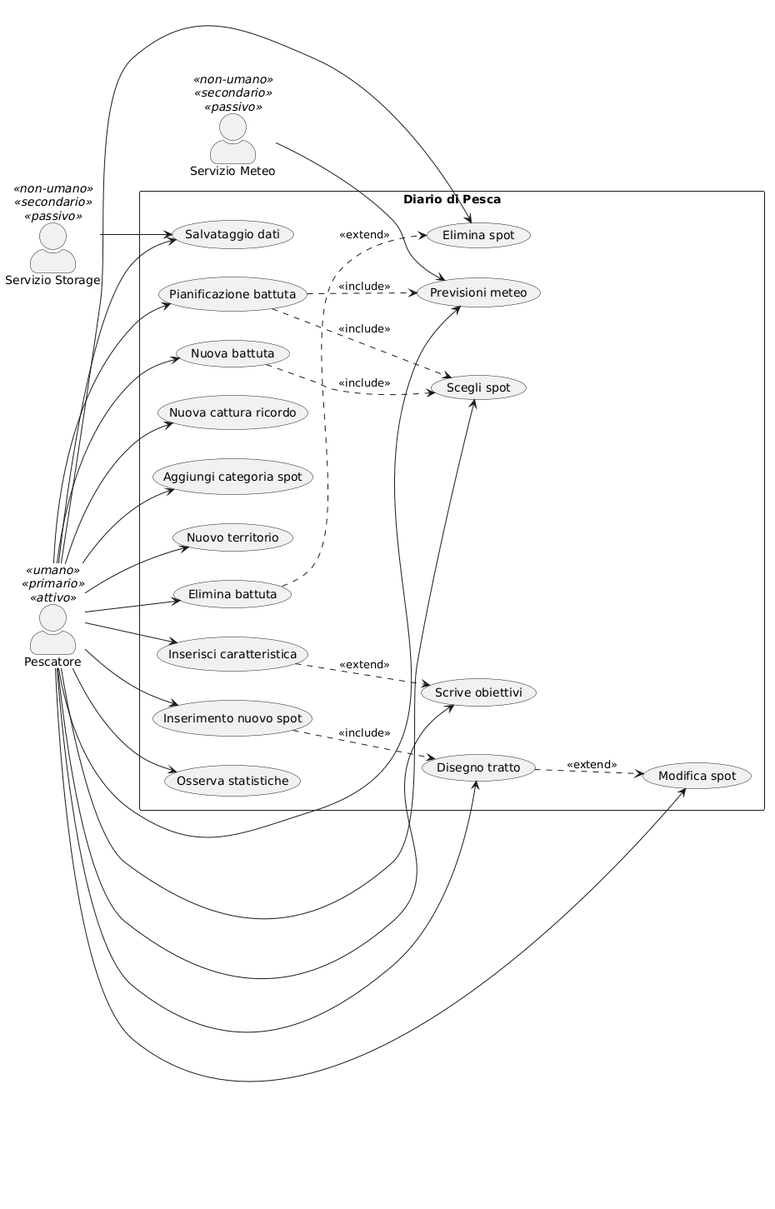
Above: docs/casiD_UsoPrincipali.png in LocaCele04/LC_Tesi (PlantUML), before the change.
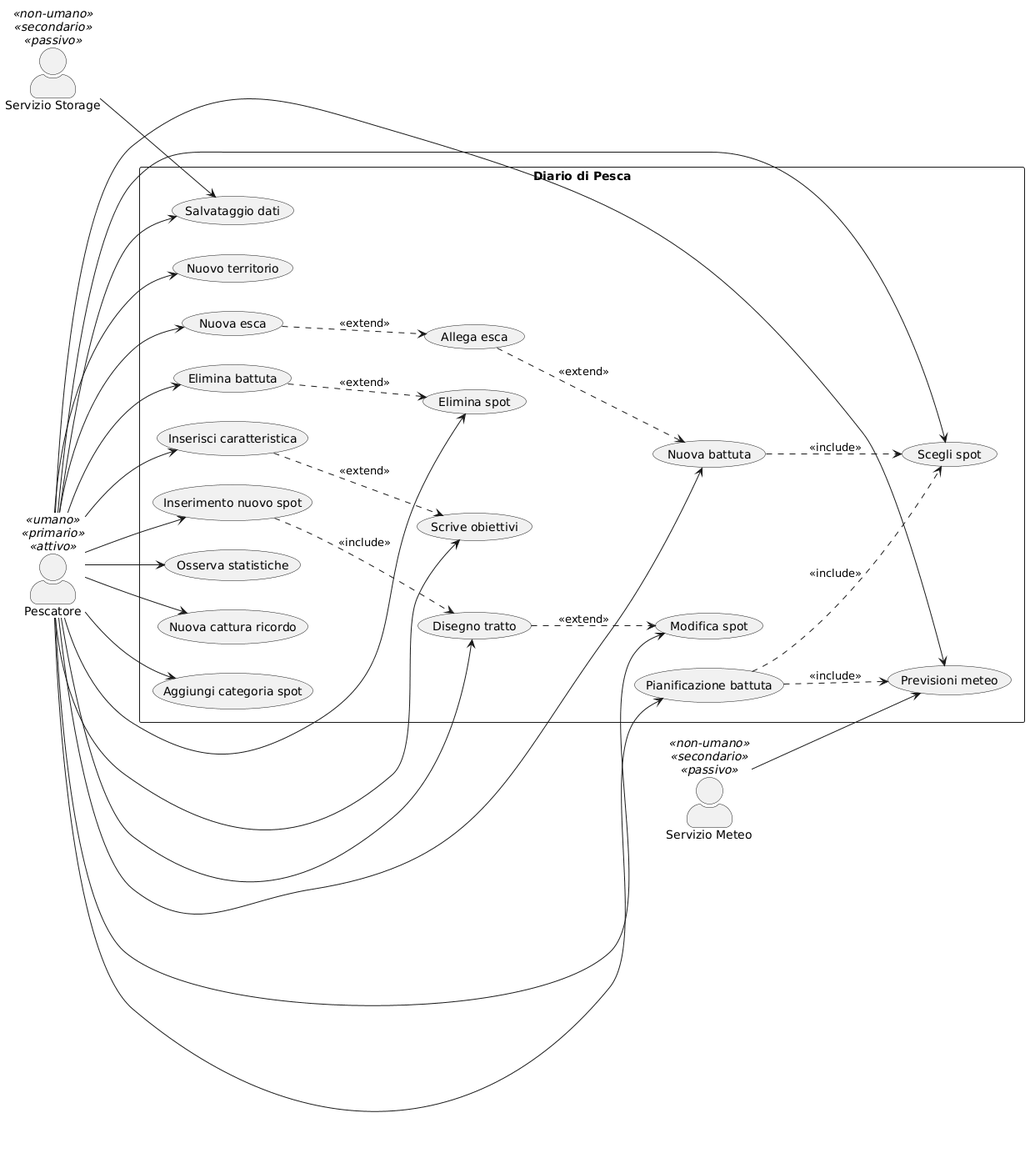
The same file after the commit.

Change to the diagram source:
```diff
@@ -11,6 +11,8 @@
 	usecase "Disegno tratto" as UC_DisegnoTratto
 	usecase "Elimina battuta" as UC_EliminaBattuta
 	usecase "Inserisci caratteristica" as UC_NuovaCaratteristica
+	usecase "Nuova esca" as UC_InserisciEsca
+	usecase "Allega esca" as UC_AllegaEsca
 	usecase "Scrive obiettivi" as UC_NuovoObiettivo
 	usecase "Previsioni meteo" as UC_Previsioni
 	usecase "Inserimento nuovo spot" as UC_NuovoSpot
@@ -34,8 +36,8 @@
 	UC_Pianificazione ..> UC_SceltaSpot : <<include>>
 	UC_NuovaCaratteristica ..> UC_NuovoObiettivo : <<extend>>
 	UC_EliminaBattuta ..> UC_EliminaSpot : <<extend>>
-
-
+	UC_InserisciEsca ..> UC_AllegaEsca : <<extend>>
+	UC_AllegaEsca ..> UC_NuovaBattuta : <<extend>>
 
 
 
@@ -44,6 +46,7 @@
 	Meteo --> UC_Previsioni
 	Storage --> UC_Backup
 	Pescatore --> UC_NuovoSpot
+	Pescatore --> UC_InserisciEsca
 	Pescatore --> UC_ModificaSpot
 	Pescatore --> UC_SceltaSpot
 	Pescatore --> UC_EliminaSpot
```
